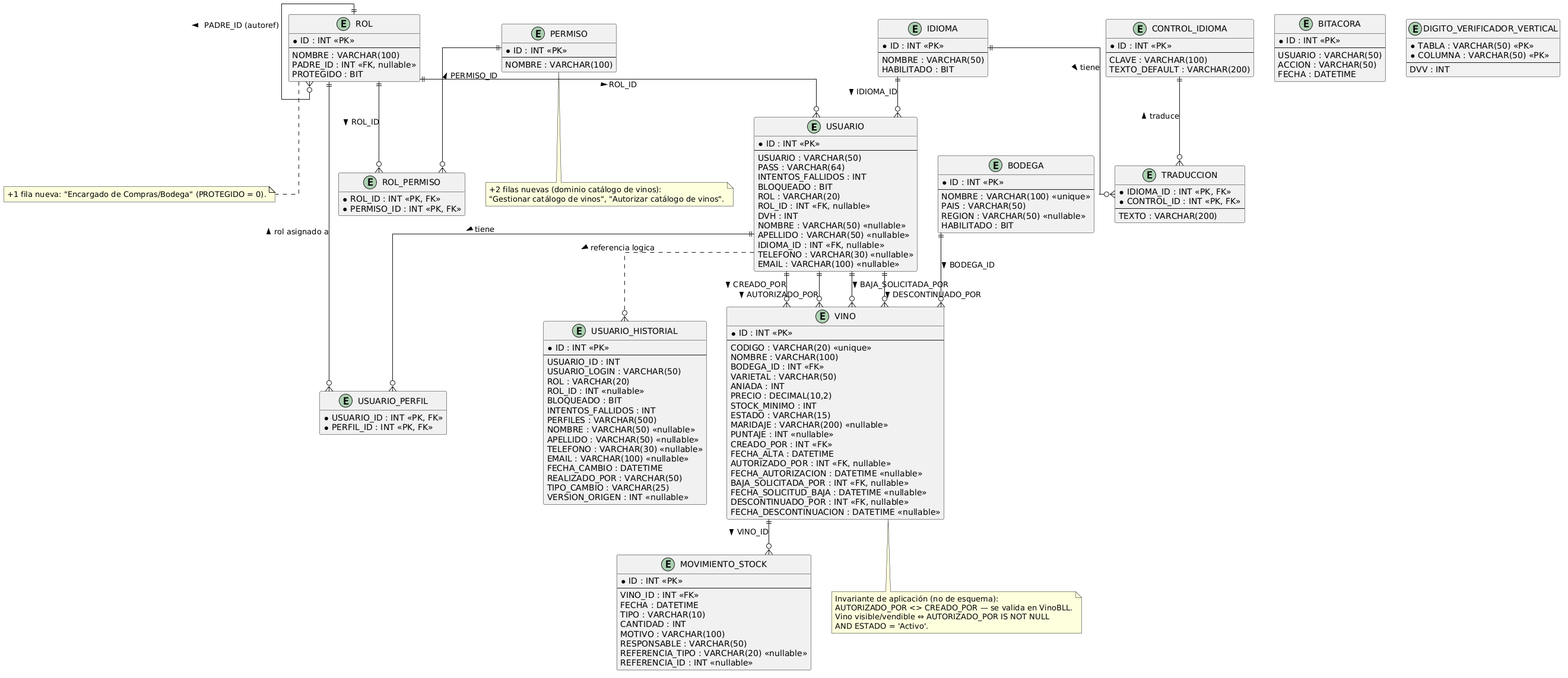
This is DIAGRAMAS/DER.png from Jesifu/club-de-vinos-td, a PlantUML export, as it was before one commit.
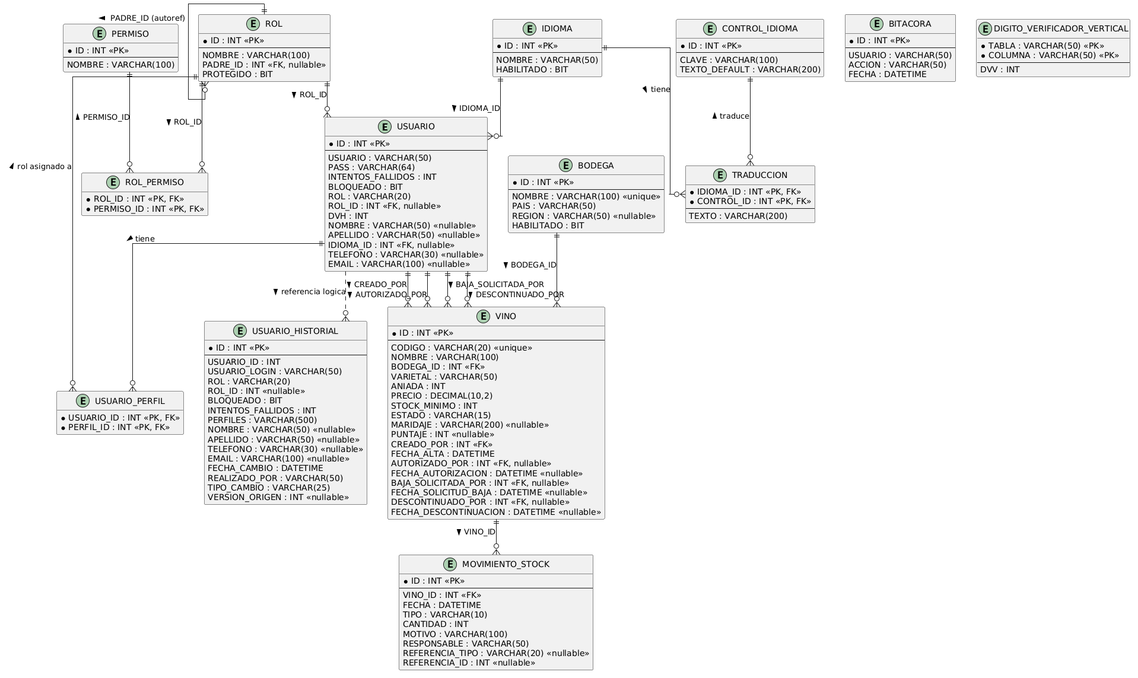
After the change.

Commit message:
docs: remove annotation notes and source comments from DER

The edit, as a diff of the source:
```diff
@@ -100,7 +100,6 @@
   DVV : INT
 }
 
-
 entity BODEGA {
   * ID : INT <<PK>>
   --
@@ -165,20 +164,4 @@
 USUARIO ||--o{ VINO             : "BAJA_SOLICITADA_POR >"
 USUARIO ||--o{ VINO             : "DESCONTINUADO_POR >"
 
-note bottom of VINO
-  Invariante de aplicación (no de esquema):
-  AUTORIZADO_POR <> CREADO_POR — se valida en VinoBLL.
-  Vino visible/vendible ⇔ AUTORIZADO_POR IS NOT NULL
-  AND ESTADO = 'Activo'.
-end note
-
-note bottom of PERMISO
-  +2 filas nuevas (dominio catálogo de vinos):
-  "Gestionar catálogo de vinos", "Autorizar catálogo de vinos".
-end note
-
-note bottom of ROL
-  +1 fila nueva: "Encargado de Compras/Bodega" (PROTEGIDO = 0).
-end note
-
 @enduml
```
